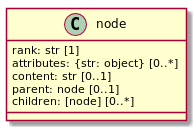
Earlier version of the PlantUML export docs/node.png (PASTAplus/metapype-eml).
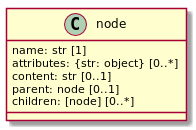
Later version of the same file.

Commit message:
Rename node attribute rank to name to be consistent with XML convention

The edit, as a diff of the source:
```diff
@@ -1,7 +1,7 @@
 @startuml
 
 class node {
-    rank: str [1]
+    name: str [1]
     attributes: {str: object} [0..*]
     content: str [0..1]
     parent: node [0..1]
```
